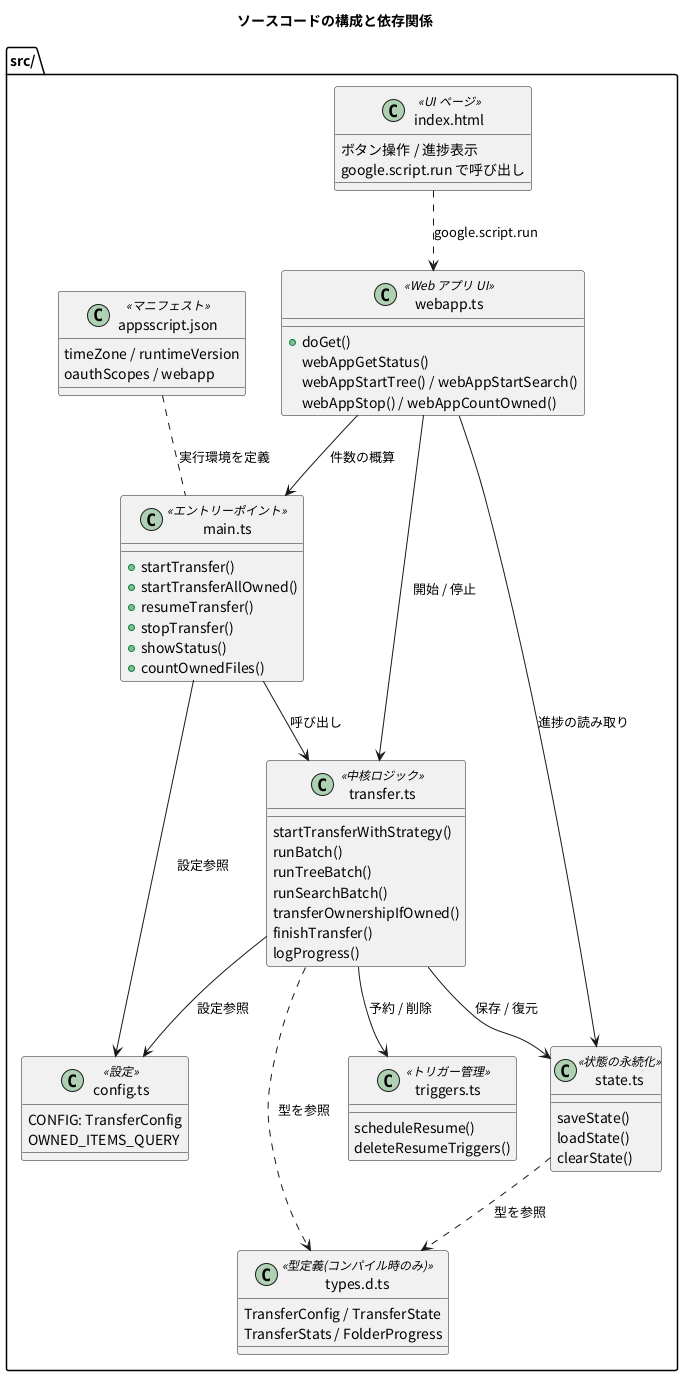
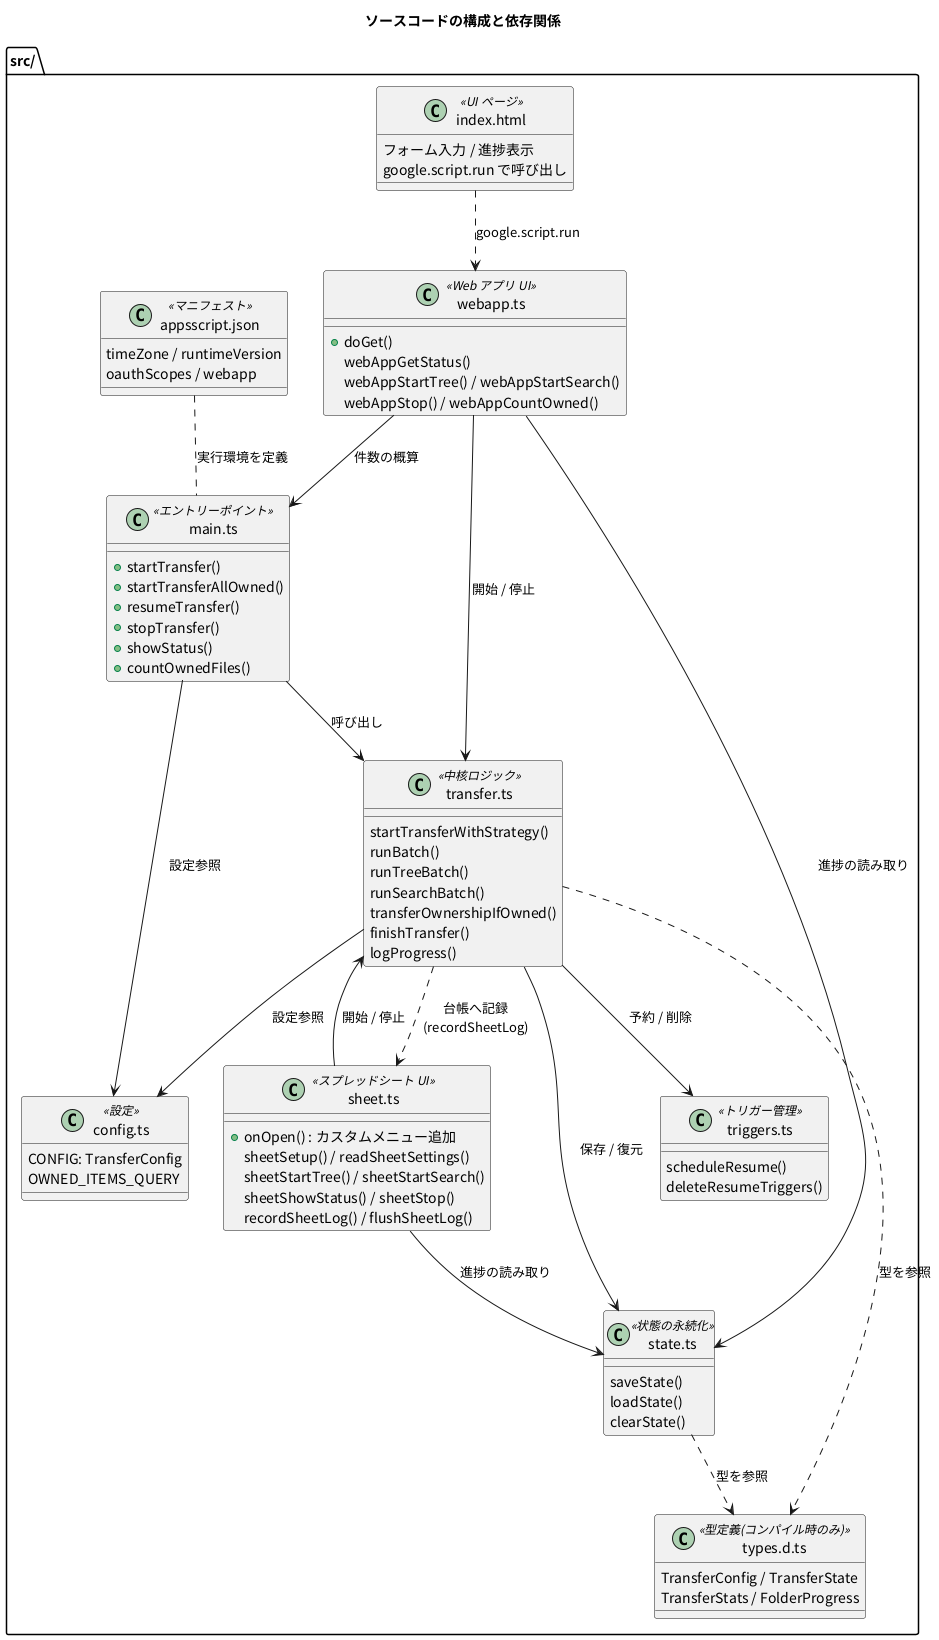
@startuml 05_code_structure
title ソースコードの構成と依存関係
skinparam defaultFontName "Noto Sans CJK JP"
skinparam shadowing false

package "src/" {
  class "main.ts" as main <<エントリーポイント>> {
    +startTransfer()
    +startTransferAllOwned()
    +resumeTransfer()
    +stopTransfer()
    +showStatus()
    +countOwnedFiles()
  }
  class "transfer.ts" as transfer <<中核ロジック>> {
    startTransferWithStrategy()
    runBatch()
    runTreeBatch()
    runSearchBatch()
    transferOwnershipIfOwned()
    finishTransfer()
    logProgress()
  }
  class "state.ts" as state <<状態の永続化>> {
    saveState()
    loadState()
    clearState()
  }
  class "triggers.ts" as triggers <<トリガー管理>> {
    scheduleResume()
    deleteResumeTriggers()
  }
  class "config.ts" as config <<設定>> {
    CONFIG: TransferConfig
    OWNED_ITEMS_QUERY
  }
  class "types.d.ts" as types <<型定義(コンパイル時のみ)>> {
    TransferConfig / TransferState
    TransferStats / FolderProgress
  }
  class "webapp.ts" as webapp <<Web アプリ UI>> {
    +doGet()
    webAppGetStatus()
    webAppStartTree() / webAppStartSearch()
    webAppStop() / webAppCountOwned()
  }
  class "index.html" as html <<UI ページ>> {
-     ボタン操作 / 進捗表示
+     フォーム入力 / 進捗表示
    google.script.run で呼び出し
+   }
+   class "sheet.ts" as sheet <<スプレッドシート UI>> {
+     +onOpen() : カスタムメニュー追加
+     sheetSetup() / readSheetSettings()
+     sheetStartTree() / sheetStartSearch()
+     sheetShowStatus() / sheetStop()
+     recordSheetLog() / flushSheetLog()
  }
  class "appsscript.json" as manifest <<マニフェスト>> {
    timeZone / runtimeVersion
    oauthScopes / webapp
  }
}

main --> transfer : 呼び出し
transfer --> state : 保存 / 復元
transfer --> triggers : 予約 / 削除
transfer --> config : 設定参照
main --> config : 設定参照
html ..> webapp : google.script.run
webapp --> transfer : 開始 / 停止
webapp --> state : 進捗の読み取り
webapp --> main : 件数の概算
+ sheet --> transfer : 開始 / 停止
+ sheet --> state : 進捗の読み取り
+ transfer ..> sheet : 台帳へ記録\n(recordSheetLog)
state ..> types : 型を参照
transfer ..> types : 型を参照
manifest .. main : 実行環境を定義
@enduml
